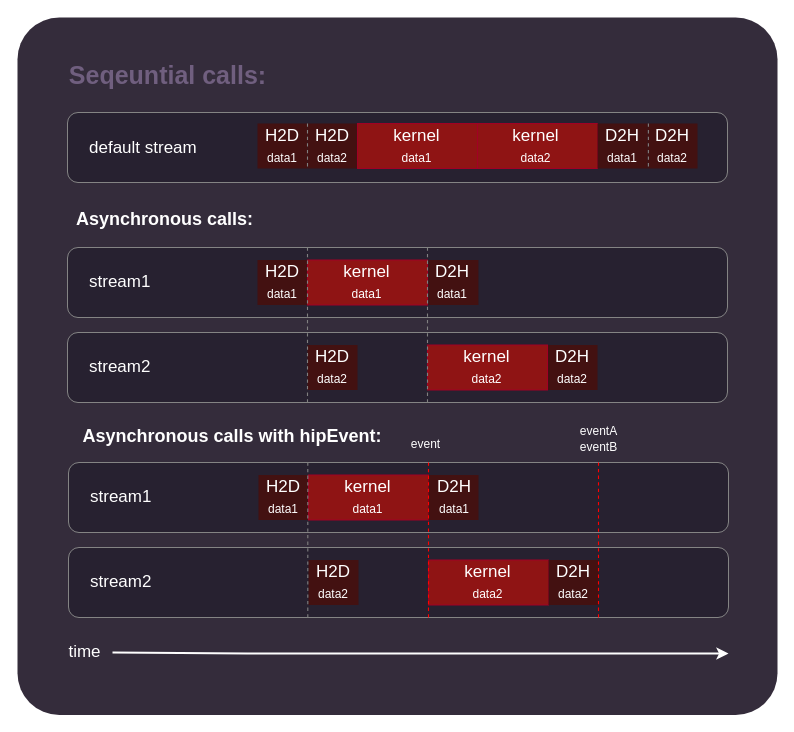
Before: projects/hip/docs/data/how-to/hip_runtime_api/asynchronous/sequential_async_event.drawio in ROCm/rocm-systems, a draw.io diagram. Source tidied: cells renumbered, new cells numbered last; positions are measured from the earlier drawing's top-left corner, leaving out a move shared by most shapes. Both pictures are drawn from the tidied source at 100%, with x=0, y=0 at pixel (17, 17).
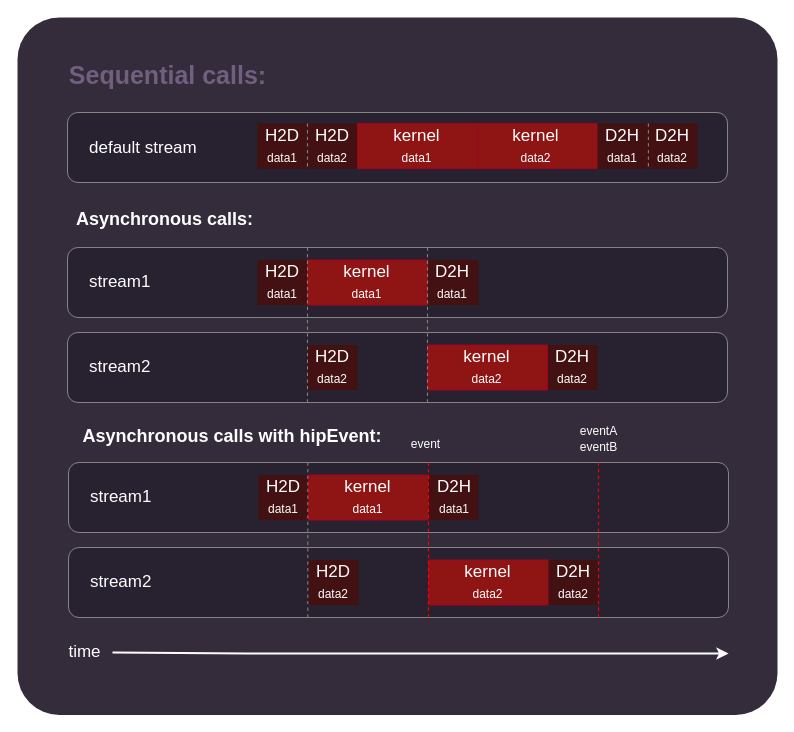
Above is the later version.

Diff of the diagram source:
```diff
@@
-    <mxCell id="68" value="&lt;div&gt;&lt;font style=&quot;color: rgb(112, 95, 127);&quot;&gt;Seqeuntial calls:&lt;/font&gt;&lt;/div&gt;" style="text;html=1;strokeColor=none;fillColor=none;align=center;verticalAlign=middle;whiteSpace=wrap;rounded=0;fontSize=25;fontColor=#FFFFFF;fontStyle=1;" parent="1" vertex="1">
+    <mxCell id="68" value="&lt;div&gt;&lt;font style=&quot;color: rgb(112, 95, 127);&quot;&gt;Sequential calls:&lt;/font&gt;&lt;/div&gt;" style="text;html=1;strokeColor=none;fillColor=none;align=center;verticalAlign=middle;whiteSpace=wrap;rounded=0;fontSize=25;fontColor=#FFFFFF;fontStyle=1;" parent="1" vertex="1">
       <mxGeometry x="33" y="51" width="235" height="12.1" as="geometry" />
     </mxCell>
```
